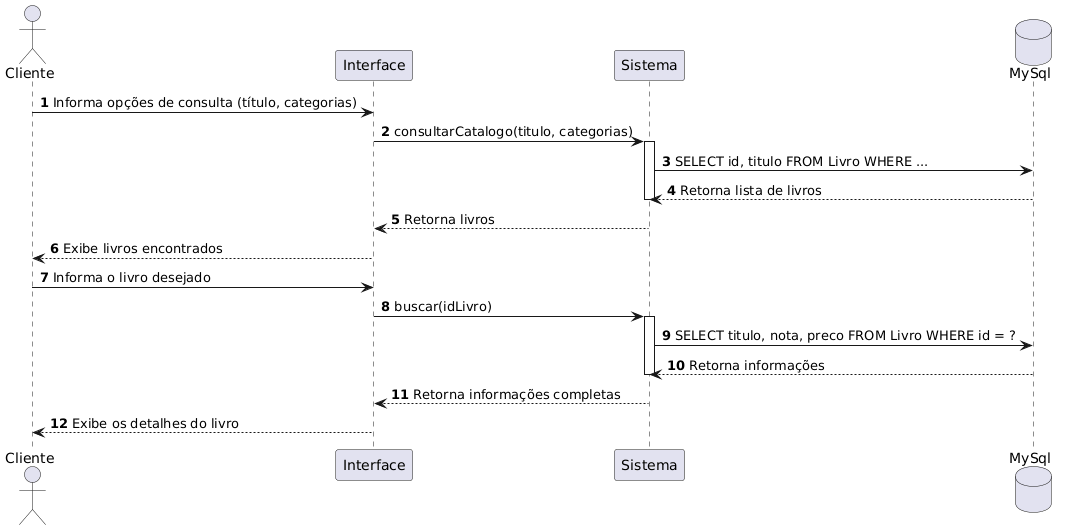
The PlantUML diagram Documentação/Diagramas/Diagramas de Sequencia/UC3.png in Gnunes27/Projeto-DSC, before a commit. The source it was exported from:
```plantuml
@startuml
autonumber

actor "Cliente" as Cliente
participant "Interface" as Tela
participant "Sistema" as Sis
database "MySql" as BD

Cliente -> Tela: Informa opções de consulta (título, categorias)
Tela -> Sis: consultarCatalogo(titulo, categorias)
activate Sis
Sis -> BD: SELECT id, titulo FROM Livro WHERE ...
BD --> Sis: Retorna lista de livros
deactivate Sis
Sis --> Tela: Retorna livros
Tela --> Cliente: Exibe livros encontrados


Cliente -> Tela: Informa o livro desejado
Tela -> Sis: buscar(idLivro)
activate Sis

Sis -> BD: SELECT titulo, nota, preco FROM Livro WHERE id = ?
BD --> Sis: Retorna informações

deactivate Sis
Sis --> Tela: Retorna informações completas
Tela --> Cliente: Exibe os detalhes do livro
@enduml
```
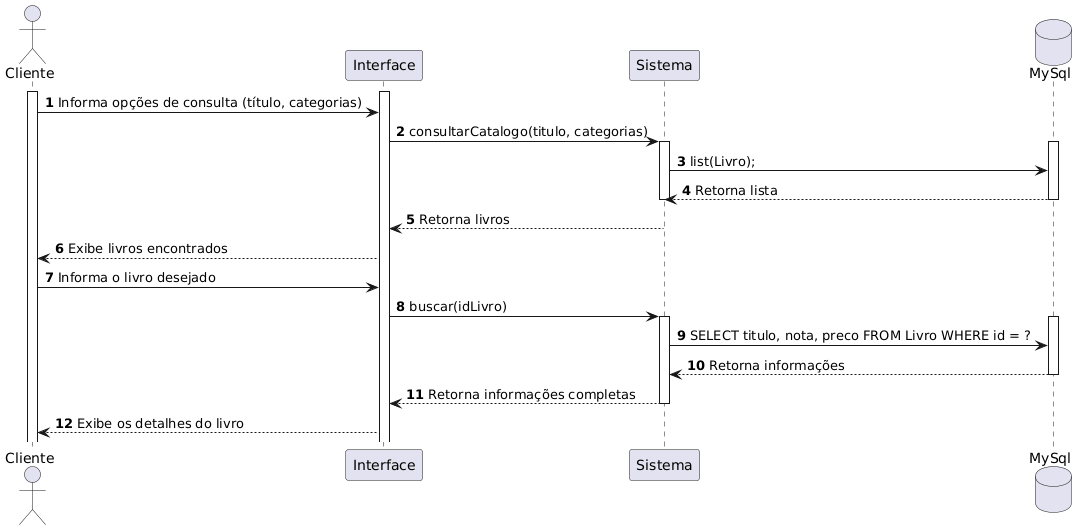
The same file after the commit.

Diff of the diagram source:
```diff
@@ -6,24 +6,32 @@
 participant "Sistema" as Sis
 database "MySql" as BD
 
+activate Cliente
+activate Tela
 Cliente -> Tela: Informa opções de consulta (título, categorias)
 Tela -> Sis: consultarCatalogo(titulo, categorias)
 activate Sis
-Sis -> BD: SELECT id, titulo FROM Livro WHERE ...
-BD --> Sis: Retorna lista de livros
+activate BD
+
+Sis -> BD: list(Livro);
+BD --> Sis: Retorna lista
+
+deactivate BD
 deactivate Sis
 Sis --> Tela: Retorna livros
 Tela --> Cliente: Exibe livros encontrados
-
 
 Cliente -> Tela: Informa o livro desejado
 Tela -> Sis: buscar(idLivro)
 activate Sis
 
+activate BD
 Sis -> BD: SELECT titulo, nota, preco FROM Livro WHERE id = ?
 BD --> Sis: Retorna informações
+deactivate BD
 
+
+Sis --> Tela: Retorna informações completas
 deactivate Sis
-Sis --> Tela: Retorna informações completas
 Tela --> Cliente: Exibe os detalhes do livro
 @enduml
```
